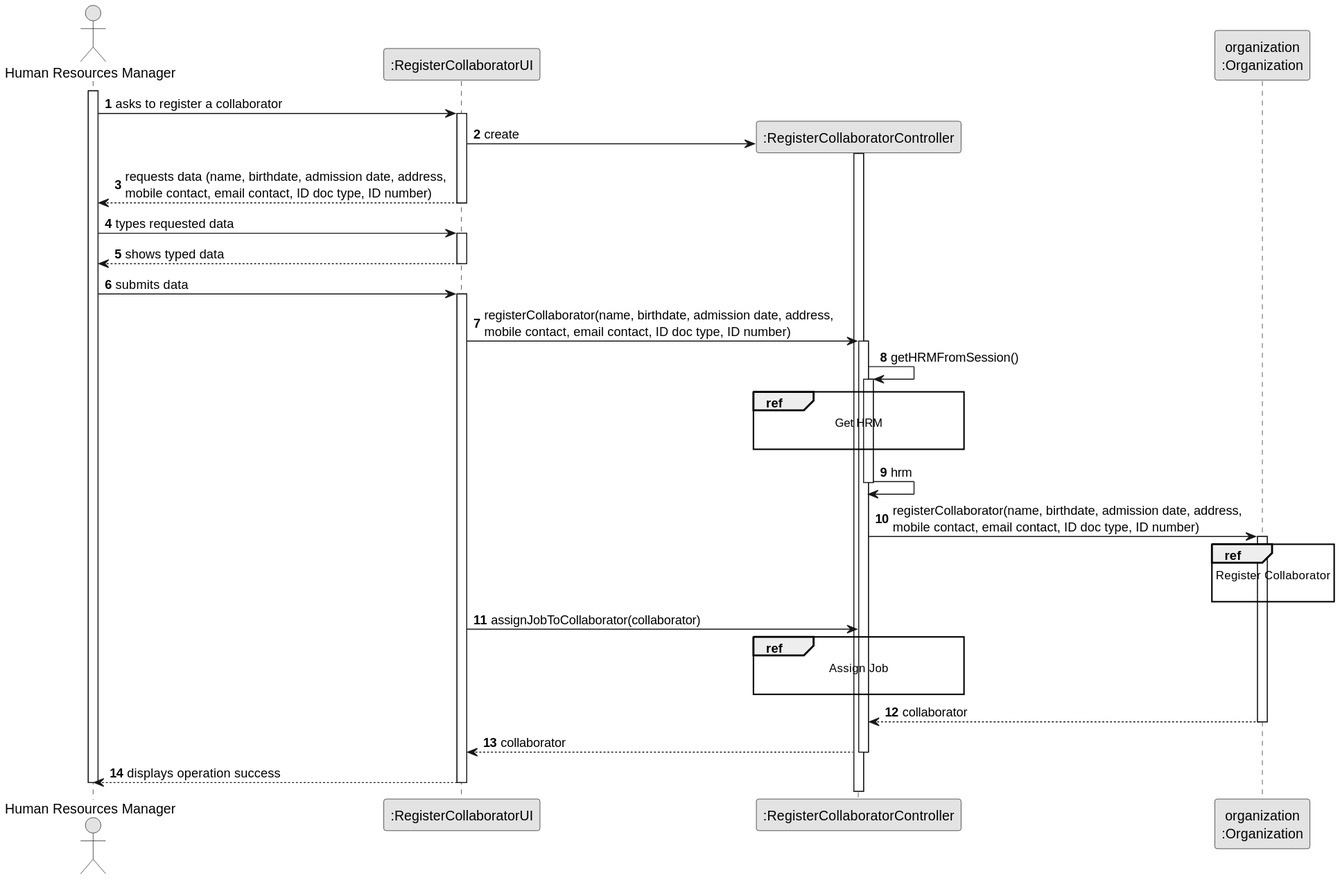
The PlantUML diagram docs/sprint3/us003/03.design/svg/us003-sequence-diagram-split.svg in tiagosoa/lei-24-s2-1dgh-g073, before a commit.
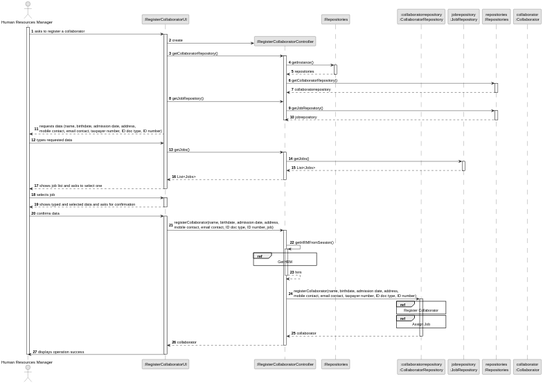
The same file after the commit.

Diff of the diagram source:
```diff
@@ -8,68 +8,117 @@
 actor "Human Resources Manager" as ADM
 participant ":RegisterCollaboratorUI" as UI
 participant ":RegisterCollaboratorController" as CTRL
-participant "organization\n:Organization" as ORG
+participant ":Repositories" as RepositorySingleton
+participant ":collaboratorrepository\n:CollaboratorRepository" as CR
+participant "jobrepository\n:JobRepository" as JR
+participant "repositories\n:Repositories" as PLAT
+participant "collaborator\n:Collaborator" as COLABORADOR
 
 activate ADM
 
-    ADM -> UI : asks to register a collaborator
+        ADM -> UI : asks to register a collaborator
 
+        activate UI
+
+            UI -> CTRL** : create
+             UI -> CTRL : getCollaboratorRepository()
+             activate CTRL
+
+             CTRL -> RepositorySingleton : getInstance()
+                                         activate RepositorySingleton
+
+                                             RepositorySingleton --> CTRL: repositories
+                                         deactivate RepositorySingleton
+
+                     CTRL -> PLAT : getCollaboratorRepository()
+                             activate PLAT
+
+                         PLAT --> CTRL : collaboratorrepository
+                         deactivate PLAT
+
+                     UI -> CTRL: getJobRepository()
+
+                     CTRL -> PLAT : getJobRepository()
+                             activate PLAT
+
+                         PLAT --> CTRL : jobrepository
+                         deactivate PLAT
+                   deactivate CTRL
+
+    UI --> ADM : requests data (name, birthdate, admission date, address, \nmobile contact, email contact, taxpayer number, ID doc type, ID number)
+
+
+    ADM -> UI : types requested data
+
+                UI -> CTRL: getJobs()
+                activate CTRL
+
+                         CTRL -> JR: getJobs()
+                              activate JR
+
+                         JR --> CTRL: List<Jobs>
+                              deactivate JR
+
+                         CTRL --> UI: List<Jobs>
+            deactivate CTRL
+
+    UI --> ADM : shows job list and asks to select one
+    deactivate UI
+
+    ADM -> UI : selects job
     activate UI
 
-        UI -> CTRL** : create
+    UI --> ADM : shows typed and selected data and asks for confirmation
+    deactivate UI
 
+    ADM -> UI : confirms data
+    activate UI
+
+
+        UI -> CTRL : registerCollaborator(name, birthdate, admission date, address, \nmobile contact, email contact, ID doc type, ID number, job)
         activate CTRL
 
-        UI --> ADM : requests data (name, birthdate, admission date, address, \nmobile contact, email contact, ID doc type, ID number)
-    deactivate UI
-
-    ADM -> UI : types requested data
-    activate UI
-
-        UI --> ADM : shows typed data
-    deactivate UI
-
-    ADM -> UI : submits data
-    activate UI
-
-        UI -> CTRL : registerCollaborator(name, birthdate, admission date, address, \nmobile contact, email contact, ID doc type, ID number)
-        activate CTRL
-
+            |||
             CTRL -> CTRL : getHRMFromSession()
             activate CTRL
 
                 ref over CTRL
-                    Get HRM
+                Get HRM
+                end
 
-                end ref
-                CTRL -> CTRL : hrm
-            deactivate CTRL
+                CTRL --> CTRL : hrm
+deactivate CTRL
+
+            |||
+            CTRL -> CR: registerCollaborator(name, birthdate, admission date, address, \nmobile contact, email contact, taxpayer number, ID doc type, ID number)
+            activate CR
+
+                        ref over CR
+                        Register Collaborator
+                        end
+
+                        ref over CR
+                        Assign Job
+                        end
 
 
 
 
-            CTRL -> ORG: registerCollaborator(name, birthdate, admission date, address, \nmobile contact, email contact, ID doc type, ID number)
-            activate ORG
+                       CR --> CTRL: collaborator
+
+                       deactivate CR
 
 
 
-                                ref over ORG
-                                    Register Collaborator
 
-                end
-                 UI -> CTRL: assignJobToCollaborator(collaborator)
 
-                                                ref over CTRL
-                                                    Assign Job
 
-                                end
 
-                ORG --> CTRL : collaborator
-            deactivate ORG
+            deactivate CR
 
             CTRL --> UI: collaborator
             deactivate CTRL
-            UI --> ADM: displays operation success
+            UI -> ADM: displays operation success
     deactivate UI
 
 deactivate ADM
```
